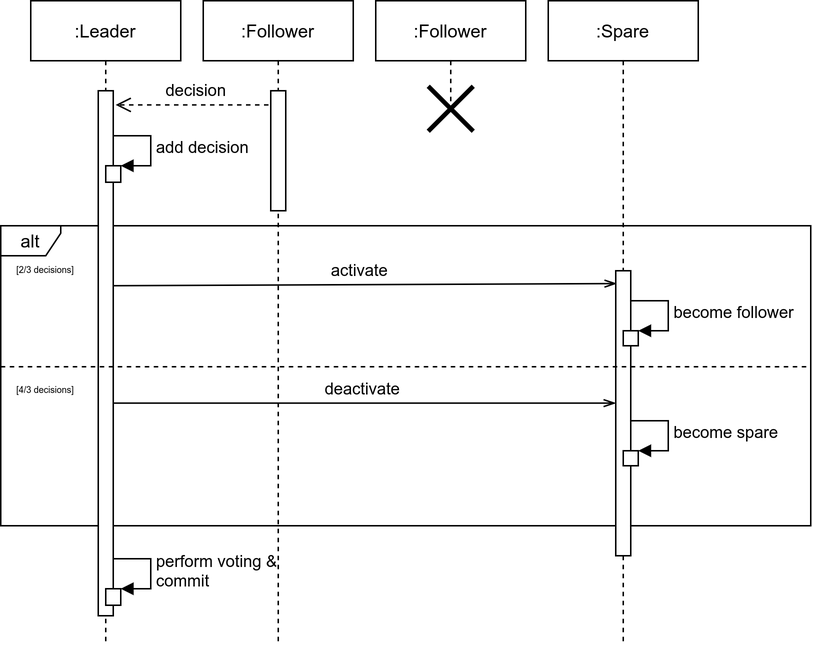
Boffmann/masterThesis keeps this draw.io diagram as images/sequence/ActivateSpare.png. Above is the earlier version. Source tidied: cells renumbered, new cells last; positions are measured from the earlier drawing's top-left corner, leaving out a move shared by most shapes.
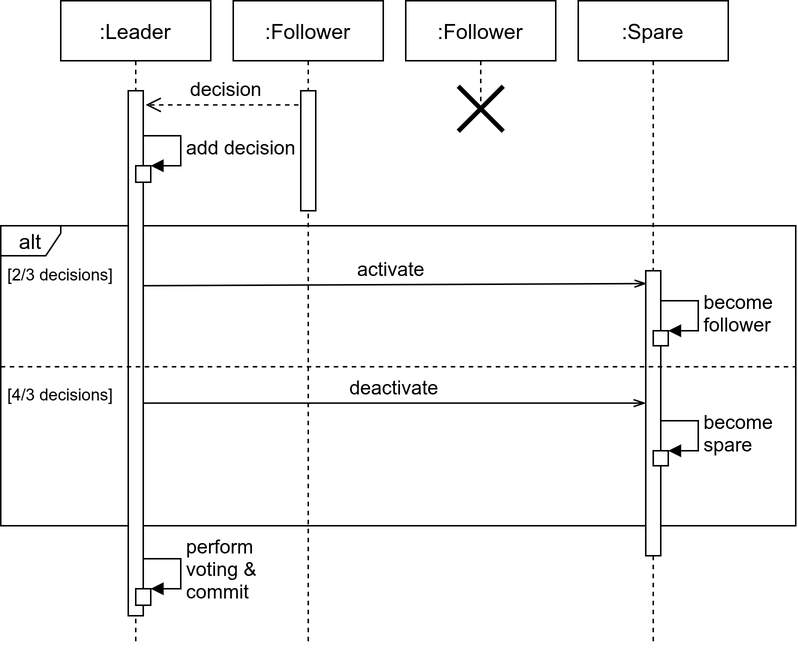
After the change.

Change to the diagram source:
```diff
@@ -2,23 +2,23 @@
   <root>
     <mxCell id="0" />
     <mxCell id="1" parent="0" />
-    <mxCell id="2" value="alt" style="shape=umlFrame;whiteSpace=wrap;html=1;width=40;height=20;" parent="1" vertex="1">
-      <mxGeometry y="150" width="540" height="200" as="geometry" />
+    <mxCell id="2" value="&lt;font style=&quot;font-size: 14px&quot;&gt;alt&lt;/font&gt;" style="shape=umlFrame;whiteSpace=wrap;html=1;width=40;height=20;" parent="1" vertex="1">
+      <mxGeometry x="-20" y="150" width="530" height="200" as="geometry" />
     </mxCell>
-    <mxCell id="3" value="decision" style="html=1;verticalAlign=bottom;endArrow=open;dashed=1;endSize=8;entryX=1.164;entryY=0.027;entryDx=0;entryDy=0;entryPerimeter=0;" parent="1" edge="1" source="10" target="7">
+    <mxCell id="3" value="&lt;font style=&quot;font-size: 13px&quot;&gt;decision&lt;/font&gt;" style="html=1;verticalAlign=bottom;endArrow=open;dashed=1;endSize=8;entryX=1.164;entryY=0.027;entryDx=0;entryDy=0;entryPerimeter=0;" parent="1" edge="1" source="10" target="7">
       <mxGeometry relative="1" as="geometry" />
     </mxCell>
-    <mxCell id="4" value="deactivate" style="html=1;verticalAlign=bottom;endArrow=openThin;endFill=0;" parent="1" edge="1" target="13">
+    <mxCell id="4" value="&lt;font style=&quot;font-size: 13px&quot;&gt;deactivate&lt;/font&gt;" style="html=1;verticalAlign=bottom;endArrow=openThin;endFill=0;" parent="1" edge="1" target="13">
       <mxGeometry x="0.01" relative="1" as="geometry">
         <mxPoint x="70" y="268.2" as="sourcePoint" />
       </mxGeometry>
     </mxCell>
-    <mxCell id="5" value="activate" style="html=1;verticalAlign=bottom;endArrow=openThin;endFill=0;entryX=0.058;entryY=0.045;entryDx=0;entryDy=0;entryPerimeter=0;" parent="1" edge="1" target="13">
+    <mxCell id="5" value="&lt;font style=&quot;font-size: 13px&quot;&gt;activate&lt;/font&gt;" style="html=1;verticalAlign=bottom;endArrow=openThin;endFill=0;entryX=0.058;entryY=0.045;entryDx=0;entryDy=0;entryPerimeter=0;" parent="1" edge="1" target="13">
       <mxGeometry relative="1" as="geometry">
         <mxPoint x="69.2" y="190" as="sourcePoint" />
       </mxGeometry>
     </mxCell>
-    <mxCell id="6" value=":Leader" style="shape=umlLifeline;perimeter=lifelinePerimeter;whiteSpace=wrap;html=1;" parent="1" vertex="1">
+    <mxCell id="6" value="&lt;font style=&quot;font-size: 14px&quot;&gt;:Leader&lt;/font&gt;" style="shape=umlLifeline;perimeter=lifelinePerimeter;whiteSpace=wrap;html=1;" parent="1" vertex="1">
       <mxGeometry x="20" width="100" height="430" as="geometry" />
     </mxCell>
     <mxCell id="7" style="html=1;points=[];perimeter=orthogonalPerimeter;" parent="6" vertex="1">
@@ -27,7 +27,7 @@
     <mxCell id="8" style="html=1;points=[];perimeter=orthogonalPerimeter;" parent="6" vertex="1">
       <mxGeometry x="50" y="392" width="10" height="11" as="geometry" />
     </mxCell>
-    <mxCell id="9" value="perform voting &amp;amp;&amp;nbsp;&lt;br&gt;commit" style="edgeStyle=orthogonalEdgeStyle;html=1;align=left;spacingLeft=2;endArrow=block;rounded=0;entryX=1;entryY=0;" parent="6" edge="1" target="8">
+    <mxCell id="9" value="&lt;font style=&quot;font-size: 13px&quot;&gt;perform&lt;br&gt;voting &amp;amp;&amp;nbsp;&lt;br&gt;commit&lt;/font&gt;" style="edgeStyle=orthogonalEdgeStyle;html=1;align=left;spacingLeft=2;endArrow=block;rounded=0;entryX=1;entryY=0;" parent="6" edge="1" target="8">
       <mxGeometry relative="1" as="geometry">
         <mxPoint x="55" y="372" as="sourcePoint" />
         <Array as="points">
@@ -35,13 +35,13 @@
         </Array>
       </mxGeometry>
     </mxCell>
-    <mxCell id="10" value=":Follower" style="shape=umlLifeline;perimeter=lifelinePerimeter;whiteSpace=wrap;html=1;outlineConnect=0;" parent="1" vertex="1">
+    <mxCell id="10" value="&lt;font style=&quot;font-size: 14px&quot;&gt;:Follower&lt;/font&gt;" style="shape=umlLifeline;perimeter=lifelinePerimeter;whiteSpace=wrap;html=1;outlineConnect=0;" parent="1" vertex="1">
       <mxGeometry x="135" width="100" height="430" as="geometry" />
     </mxCell>
     <mxCell id="11" style="html=1;perimeter=orthogonalPerimeter;" parent="10" vertex="1">
       <mxGeometry x="45" y="60" width="10" height="80" as="geometry" />
     </mxCell>
-    <mxCell id="12" value=":Spare" style="shape=umlLifeline;perimeter=lifelinePerimeter;whiteSpace=wrap;html=1;" parent="1" vertex="1">
+    <mxCell id="12" value="&lt;font style=&quot;font-size: 14px&quot;&gt;:Spare&lt;/font&gt;" style="shape=umlLifeline;perimeter=lifelinePerimeter;whiteSpace=wrap;html=1;" parent="1" vertex="1">
       <mxGeometry x="365" width="100" height="430" as="geometry" />
     </mxCell>
     <mxCell id="13" style="html=1;points=[];perimeter=orthogonalPerimeter;" parent="12" vertex="1">
@@ -50,7 +50,7 @@
     <mxCell id="14" style="html=1;points=[];perimeter=orthogonalPerimeter;" parent="1" vertex="1">
       <mxGeometry x="70" y="110" width="10" height="11" as="geometry" />
     </mxCell>
-    <mxCell id="15" value="add decision" style="edgeStyle=orthogonalEdgeStyle;html=1;align=left;spacingLeft=2;endArrow=block;rounded=0;entryX=1;entryY=0;" parent="1" edge="1" target="14">
+    <mxCell id="15" value="&lt;font style=&quot;font-size: 13px&quot;&gt;add decision&lt;/font&gt;" style="edgeStyle=orthogonalEdgeStyle;html=1;align=left;spacingLeft=2;endArrow=block;rounded=0;entryX=1;entryY=0;" parent="1" edge="1" target="14">
       <mxGeometry relative="1" as="geometry">
         <mxPoint x="75" y="90" as="sourcePoint" />
         <Array as="points">
@@ -58,42 +58,42 @@
         </Array>
       </mxGeometry>
     </mxCell>
-    <mxCell id="16" value=":Follower" style="shape=umlLifeline;perimeter=lifelinePerimeter;whiteSpace=wrap;html=1;" parent="1" vertex="1">
+    <mxCell id="16" value="&lt;font style=&quot;font-size: 14px&quot;&gt;:Follower&lt;/font&gt;" style="shape=umlLifeline;perimeter=lifelinePerimeter;whiteSpace=wrap;html=1;" parent="1" vertex="1">
       <mxGeometry x="250" width="100" height="70" as="geometry" />
     </mxCell>
     <mxCell id="17" style="shape=umlDestroy;whiteSpace=wrap;html=1;strokeWidth=3;" parent="16" vertex="1">
       <mxGeometry x="35" y="57" width="30" height="30" as="geometry" />
     </mxCell>
     <mxCell id="18" style="line;strokeWidth=1;fillColor=none;align=left;verticalAlign=middle;spacingTop=-1;spacingLeft=3;spacingRight=3;labelPosition=right;dashed=1;perimeterSpacing=0;" parent="1" vertex="1">
-      <mxGeometry y="240" width="540" height="8" as="geometry" />
+      <mxGeometry x="-20" y="240" width="530" height="8" as="geometry" />
     </mxCell>
-    <mxCell id="19" value="[2/3 decisions]" style="text;strokeColor=none;fillColor=none;align=center;verticalAlign=top;spacingLeft=4;spacingRight=4;overflow=hidden;dashed=1;fontSize=6;" parent="1" vertex="1">
-      <mxGeometry y="170" width="60" height="20" as="geometry" />
+    <mxCell id="19" value="[4/3 decisions]" style="text;strokeColor=none;fillColor=none;align=center;verticalAlign=top;spacingLeft=4;spacingRight=4;overflow=hidden;dashed=1;fontSize=11;" parent="1" vertex="1">
+      <mxGeometry x="-20" y="250" width="80" height="20" as="geometry" />
     </mxCell>
-    <mxCell id="20" value="[4/3 decisions]" style="text;strokeColor=none;fillColor=none;align=center;verticalAlign=top;spacingLeft=4;spacingRight=4;overflow=hidden;points=[[0,0.5],[1,0.5]];portConstraint=eastwest;dashed=1;fontSize=6;" parent="1" vertex="1">
-      <mxGeometry y="250" width="60" height="20" as="geometry" />
+    <mxCell id="20" style="html=1;points=[];perimeter=orthogonalPerimeter;" parent="1" vertex="1">
+      <mxGeometry x="415" y="220" width="10" height="10" as="geometry" />
     </mxCell>
-    <mxCell id="21" style="html=1;points=[];perimeter=orthogonalPerimeter;" parent="1" vertex="1">
-      <mxGeometry x="415" y="220" width="10" height="10" as="geometry" />
+    <mxCell id="21" value="&lt;font style=&quot;font-size: 13px&quot;&gt;become&lt;br&gt;follower&lt;/font&gt;" style="edgeStyle=orthogonalEdgeStyle;html=1;align=left;spacingLeft=2;endArrow=block;rounded=0;entryX=1;entryY=0;" parent="1" edge="1" target="20">
+      <mxGeometry relative="1" as="geometry">
+        <mxPoint x="420" y="200" as="sourcePoint" />
+        <Array as="points">
+          <mxPoint x="445" y="200" />
+        </Array>
+      </mxGeometry>
     </mxCell>
-    <mxCell id="22" value="become follower" style="edgeStyle=orthogonalEdgeStyle;html=1;align=left;spacingLeft=2;endArrow=block;rounded=0;entryX=1;entryY=0;" parent="1" edge="1" target="21">
-      <mxGeometry relative="1" as="geometry">
-        <mxPoint x="420" y="200" as="sourcePoint" />
-        <Array as="points">
-          <mxPoint x="445" y="200" />
-        </Array>
-      </mxGeometry>
+    <mxCell id="22" style="html=1;points=[];perimeter=orthogonalPerimeter;" parent="1" vertex="1">
+      <mxGeometry x="415" y="300" width="10" height="10" as="geometry" />
     </mxCell>
-    <mxCell id="23" style="html=1;points=[];perimeter=orthogonalPerimeter;" parent="1" vertex="1">
-      <mxGeometry x="415" y="300" width="10" height="10" as="geometry" />
+    <mxCell id="23" value="&lt;font style=&quot;font-size: 13px&quot;&gt;become&lt;br&gt;spare&lt;/font&gt;" style="edgeStyle=orthogonalEdgeStyle;html=1;align=left;spacingLeft=2;endArrow=block;rounded=0;entryX=1;entryY=0;" parent="1" edge="1" target="22">
+      <mxGeometry relative="1" as="geometry">
+        <mxPoint x="420" y="280" as="sourcePoint" />
+        <Array as="points">
+          <mxPoint x="445" y="280" />
+        </Array>
+      </mxGeometry>
     </mxCell>
-    <mxCell id="24" value="become spare" style="edgeStyle=orthogonalEdgeStyle;html=1;align=left;spacingLeft=2;endArrow=block;rounded=0;entryX=1;entryY=0;" parent="1" edge="1" target="23">
-      <mxGeometry relative="1" as="geometry">
-        <mxPoint x="420" y="280" as="sourcePoint" />
-        <Array as="points">
-          <mxPoint x="445" y="280" />
-        </Array>
-      </mxGeometry>
+    <mxCell id="24" value="[2/3 decisions]" style="text;strokeColor=none;fillColor=none;align=center;verticalAlign=top;spacingLeft=4;spacingRight=4;overflow=hidden;dashed=1;fontSize=11;" parent="1" vertex="1">
+      <mxGeometry x="-20" y="170" width="80" height="20" as="geometry" />
     </mxCell>
   </root>
 </mxGraphModel>
```
